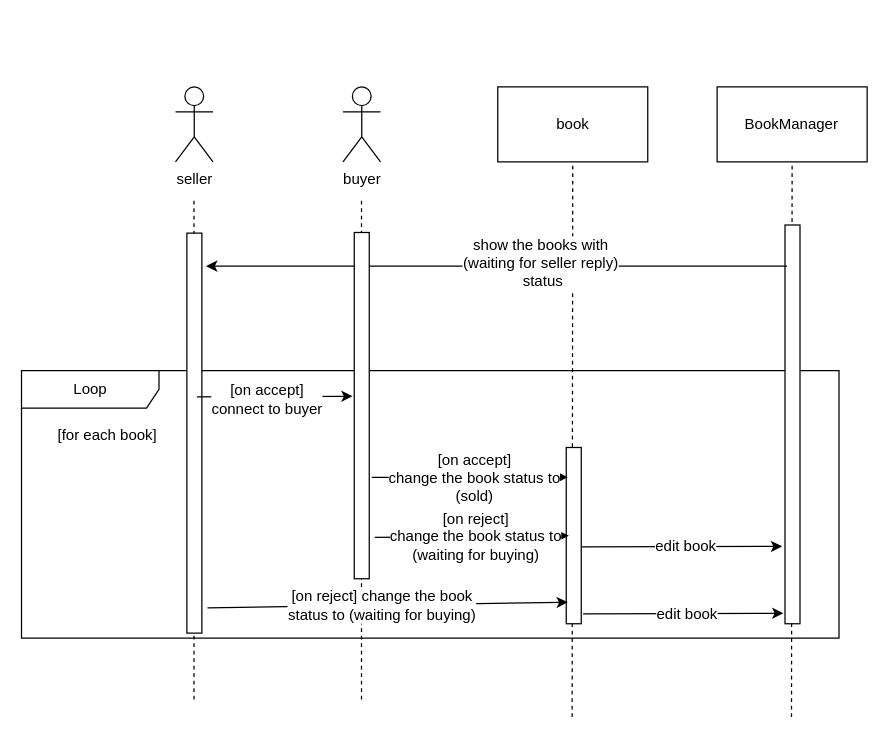
Earlier version of the draw.io diagram Communication Diagram/communication-diagram-complete-book-selling.drawio (m-bassiri/HamyarApp). Source tidied: cells renumbered, new cells numbered last; positions are measured from the earlier drawing's top-left corner, leaving out a move shared by most shapes. Both pictures are drawn from the tidied source at 125%, with x=0, y=0 at pixel (-6, 86).
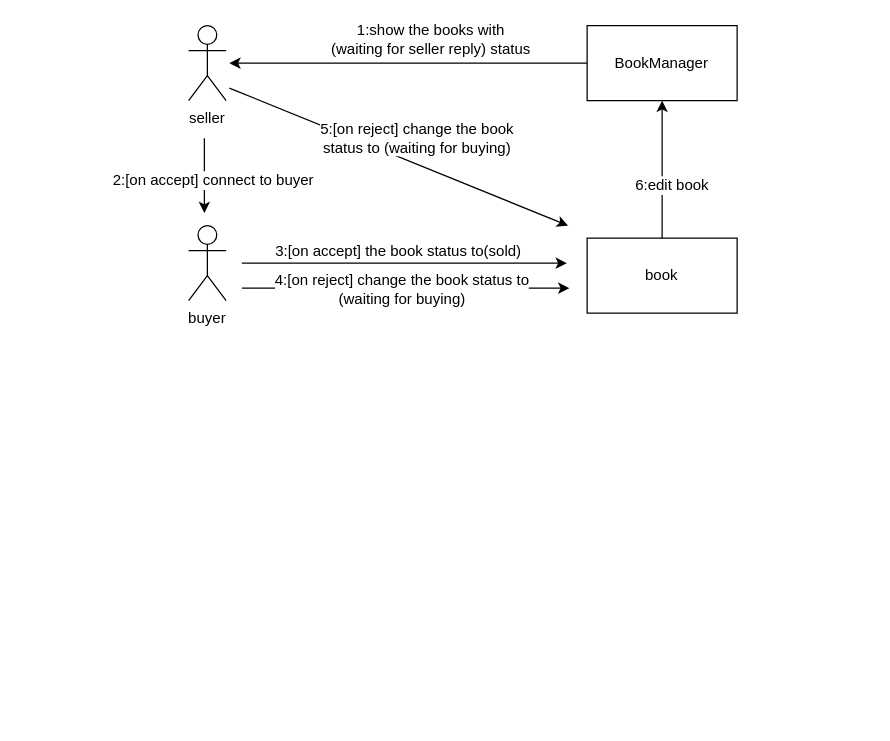
The same page after the edit.

The edit, as a diff of the source:
```diff
@@
-    <mxCell id="2" value="Loop" style="shape=umlFrame;whiteSpace=wrap;html=1;width=110;height=30;" parent="1" vertex="1">
-      <mxGeometry x="21.7" y="227" width="654" height="214" as="geometry" />
-    </mxCell>
     <mxCell id="3" value="seller" style="shape=umlActor;verticalLabelPosition=bottom;labelBackgroundColor=#ffffff;verticalAlign=top;html=1;" parent="1" vertex="1">
-      <mxGeometry x="144.9" width="30" height="60" as="geometry" />
+      <mxGeometry x="155.4" y="-49" width="30" height="60" as="geometry" />
     </mxCell>
-    <mxCell id="4" style="endArrow=none;dashed=1;html=1;" parent="1" edge="1">
-      <mxGeometry relative="1" as="geometry">
-        <mxPoint x="159.7" y="490" as="sourcePoint" />
-        <mxPoint x="159.7" y="90" as="targetPoint" />
-      </mxGeometry>
-    </mxCell>
     <mxCell id="5" value="book" style="rounded=0;whiteSpace=wrap;html=1;" parent="1" vertex="1">
-      <mxGeometry x="402.7" width="120" height="60" as="geometry" />
+      <mxGeometry x="474.2" y="121" width="120" height="60" as="geometry" />
     </mxCell>
-    <mxCell id="6" style="endArrow=none;dashed=1;html=1;entryX=0.5;entryY=1;entryDx=0;entryDy=0;" parent="1" edge="1" target="5">
-      <mxGeometry relative="1" as="geometry">
-        <mxPoint x="462.2" y="504.1" as="sourcePoint" />
-      </mxGeometry>
-    </mxCell>
-    <mxCell id="7" style="rounded=0;whiteSpace=wrap;html=1;rotation=-90;" parent="1" vertex="1">
-      <mxGeometry y="271" width="320" height="12" as="geometry" />
-    </mxCell>
-    <mxCell id="8" style="rounded=0;whiteSpace=wrap;html=1;rotation=-90;" parent="1" vertex="1">
-      <mxGeometry x="393" y="353" width="141" height="12" as="geometry" />
-    </mxCell>
     <mxCell id="9" value="BookManager" style="rounded=0;whiteSpace=wrap;html=1;" parent="1" vertex="1">
-      <mxGeometry x="578.2" width="120" height="60" as="geometry" />
+      <mxGeometry x="474.2" y="-49" width="120" height="60" as="geometry" />
     </mxCell>
-    <mxCell id="10" style="endArrow=none;dashed=1;html=1;entryX=0.5;entryY=1;entryDx=0;entryDy=0;" parent="1" edge="1" target="9">
-      <mxGeometry relative="1" as="geometry">
-        <mxPoint x="637.7" y="504.1" as="sourcePoint" />
-      </mxGeometry>
-    </mxCell>
-    <mxCell id="11" style="rounded=0;whiteSpace=wrap;html=1;rotation=-90;" parent="1" vertex="1">
-      <mxGeometry x="479" y="264" width="319" height="12" as="geometry" />
-    </mxCell>
-    <mxCell id="12" style="endArrow=classic;html=1;entryX=0.702;entryY=1.319;entryDx=0;entryDy=0;entryPerimeter=0;exitX=0.681;exitY=0.111;exitDx=0;exitDy=0;exitPerimeter=0;" parent="1" edge="1">
+    <mxCell id="12" style="endArrow=classic;html=1;exitX=0;exitY=0.5;exitDx=0;exitDy=0;" parent="1" edge="1" source="9">
       <mxGeometry relative="1" as="geometry">
-        <mxPoint x="634.1" y="143.4" as="sourcePoint" />
-        <mxPoint x="169.4" y="143.4" as="targetPoint" />
+        <mxPoint x="188" y="-19" as="targetPoint" />
       </mxGeometry>
     </mxCell>
-    <mxCell id="13" value="show the books with&lt;br&gt;(waiting for seller reply)&lt;br&gt;&amp;nbsp;status&lt;br&gt;" style="text;html=1;align=center;verticalAlign=middle;labelBackgroundColor=#ffffff;" parent="12" vertex="1">
+    <mxCell id="13" value="1:show the books with &lt;br&gt;(waiting for seller reply) status&lt;br&gt;" style="text;html=1;align=center;verticalAlign=middle;labelBackgroundColor=#ffffff;" parent="12" vertex="1">
       <mxGeometry x="-0.12" y="5" relative="1" as="geometry">
-        <mxPoint x="6" y="-8" as="offset" />
+        <mxPoint x="0.5" y="-24.5" as="offset" />
       </mxGeometry>
     </mxCell>
-    <mxCell id="14" style="endArrow=classic;html=1;entryX=0.527;entryY=-0.113;entryDx=0;entryDy=0;entryPerimeter=0;" parent="1" edge="1" target="23">
+    <mxCell id="14" style="endArrow=classic;html=1;" parent="1" edge="1">
       <mxGeometry relative="1" as="geometry">
-        <mxPoint x="162" y="248" as="sourcePoint" />
+        <mxPoint x="168" y="41" as="sourcePoint" />
+        <mxPoint x="168" y="101" as="targetPoint" />
       </mxGeometry>
     </mxCell>
-    <mxCell id="15" value="[on accept] &lt;br&gt;connect to buyer" style="text;html=1;align=center;verticalAlign=middle;labelBackgroundColor=#ffffff;" parent="14" vertex="1">
+    <mxCell id="15" value="2:[on accept] connect to buyer" style="text;html=1;align=center;verticalAlign=middle;labelBackgroundColor=#ffffff;" parent="14" vertex="1">
       <mxGeometry x="-0.12" y="5" relative="1" as="geometry">
         <mxPoint x="1" y="7" as="offset" />
       </mxGeometry>
     </mxCell>
-    <mxCell id="16" value="[for each book]" style="text;html=1;align=left;verticalAlign=top;spacingTop=-4;" parent="1" vertex="1">
-      <mxGeometry x="48.7" y="269" width="90" height="20" as="geometry" />
-    </mxCell>
-    <mxCell id="17" style="endArrow=classic;html=1;exitX=0.293;exitY=1.162;exitDx=0;exitDy=0;exitPerimeter=0;entryX=0.831;entryY=0.105;entryDx=0;entryDy=0;entryPerimeter=0;" parent="1" edge="1" source="23" target="8">
-      <mxGeometry relative="1" as="geometry" />
+    <mxCell id="17" style="endArrow=classic;html=1;" parent="1" edge="1">
+      <mxGeometry relative="1" as="geometry">
+        <mxPoint x="198" y="141" as="sourcePoint" />
+        <mxPoint x="458" y="141" as="targetPoint" />
+      </mxGeometry>
     </mxCell>
-    <mxCell id="18" value="[on accept]&lt;br&gt;change the book status to&lt;br&gt;(sold)&lt;br&gt;" style="text;html=1;align=center;verticalAlign=middle;labelBackgroundColor=#ffffff;" parent="17" vertex="1">
+    <mxCell id="18" value="3:[on accept] the book status to(sold)&lt;br&gt;" style="text;html=1;align=center;verticalAlign=middle;labelBackgroundColor=#ffffff;" parent="17" vertex="1">
       <mxGeometry x="-0.12" y="5" relative="1" as="geometry">
-        <mxPoint x="12.5" y="5" as="offset" />
+        <mxPoint x="10.5" y="-5" as="offset" />
       </mxGeometry>
     </mxCell>
-    <mxCell id="19" style="endArrow=classic;html=1;entryX=0.216;entryY=-0.377;entryDx=0;entryDy=0;entryPerimeter=0;" parent="1" edge="1">
-      <mxGeometry relative="1" as="geometry">
-        <mxPoint x="470" y="368" as="sourcePoint" />
-        <mxPoint x="630.2" y="367.6" as="targetPoint" />
-      </mxGeometry>
+    <mxCell id="19" style="endArrow=classic;html=1;entryX=0.5;entryY=1;entryDx=0;entryDy=0;exitX=0.5;exitY=0;exitDx=0;exitDy=0;" parent="1" edge="1" source="5" target="9">
+      <mxGeometry relative="1" as="geometry" />
     </mxCell>
-    <mxCell id="20" value="edit book&lt;br&gt;" style="text;html=1;align=center;verticalAlign=middle;labelBackgroundColor=#ffffff;" parent="19" vertex="1">
+    <mxCell id="20" value="6:edit book&lt;br&gt;" style="text;html=1;align=center;verticalAlign=middle;labelBackgroundColor=#ffffff;" parent="19" vertex="1">
       <mxGeometry x="-0.12" y="5" relative="1" as="geometry">
         <mxPoint x="12.5" y="5" as="offset" />
       </mxGeometry>
     </mxCell>
     <mxCell id="21" value="buyer" style="shape=umlActor;verticalLabelPosition=bottom;labelBackgroundColor=#ffffff;verticalAlign=top;html=1;" parent="1" vertex="1">
-      <mxGeometry x="278.9" width="30" height="60" as="geometry" />
+      <mxGeometry x="155.4" y="111" width="30" height="60" as="geometry" />
     </mxCell>
-    <mxCell id="22" style="endArrow=none;dashed=1;html=1;" parent="1" edge="1">
-      <mxGeometry relative="1" as="geometry">
-        <mxPoint x="293.7" y="490" as="sourcePoint" />
-        <mxPoint x="293.7" y="90" as="targetPoint" />
-      </mxGeometry>
-    </mxCell>
-    <mxCell id="23" style="rounded=0;whiteSpace=wrap;html=1;rotation=-90;" parent="1" vertex="1">
-      <mxGeometry x="155.4" y="249" width="277" height="12" as="geometry" />
-    </mxCell>
-    <mxCell id="24" style="endArrow=classic;html=1;entryX=0.75;entryY=0;entryDx=0;entryDy=0;exitX=0.293;exitY=1.162;exitDx=0;exitDy=0;exitPerimeter=0;" parent="1" edge="1">
+    <mxCell id="24" style="endArrow=classic;html=1;" parent="1" edge="1">
       <mxGeometry relative="1" as="geometry">
-        <mxPoint x="304.3" y="360.3" as="sourcePoint" />
-        <mxPoint x="459.6" y="359.1" as="targetPoint" />
+        <mxPoint x="198" y="161" as="sourcePoint" />
+        <mxPoint x="460" y="161" as="targetPoint" />
       </mxGeometry>
     </mxCell>
-    <mxCell id="25" value="[on reject]&lt;br&gt;change the book status to&lt;br&gt;(waiting for buying)&lt;br&gt;" style="text;html=1;align=center;verticalAlign=middle;labelBackgroundColor=#ffffff;" parent="24" vertex="1">
+    <mxCell id="25" value="4:[on reject] change the book status to&lt;br&gt;(waiting for buying)&lt;br&gt;" style="text;html=1;align=center;verticalAlign=middle;labelBackgroundColor=#ffffff;" parent="24" vertex="1">
       <mxGeometry x="-0.12" y="5" relative="1" as="geometry">
         <mxPoint x="12.5" y="5" as="offset" />
       </mxGeometry>
     </mxCell>
-    <mxCell id="26" style="endArrow=classic;html=1;entryX=0.122;entryY=0.105;entryDx=0;entryDy=0;exitX=0.063;exitY=1.377;exitDx=0;exitDy=0;exitPerimeter=0;entryPerimeter=0;" parent="1" edge="1" source="7" target="8">
-      <mxGeometry relative="1" as="geometry" />
+    <mxCell id="26" style="endArrow=classic;html=1;" parent="1" edge="1">
+      <mxGeometry relative="1" as="geometry">
+        <mxPoint x="188" y="1" as="sourcePoint" />
+        <mxPoint x="459" y="111" as="targetPoint" />
+      </mxGeometry>
     </mxCell>
-    <mxCell id="27" value="[on reject] change the book &lt;br&gt;status to (waiting for buying)&lt;br&gt;" style="text;html=1;align=center;verticalAlign=middle;labelBackgroundColor=#ffffff;" parent="26" vertex="1">
+    <mxCell id="27" value="5:[on reject] change the book &lt;br&gt;status to (waiting for buying)&lt;br&gt;" style="text;html=1;align=center;verticalAlign=middle;labelBackgroundColor=#ffffff;" parent="26" vertex="1">
       <mxGeometry x="-0.12" y="5" relative="1" as="geometry">
-        <mxPoint x="12.5" y="5" as="offset" />
+        <mxPoint x="28" y="-4" as="offset" />
       </mxGeometry>
     </mxCell>
-    <mxCell id="28" style="endArrow=classic;html=1;entryX=0.216;entryY=-0.377;entryDx=0;entryDy=0;entryPerimeter=0;" parent="1" edge="1">
-      <mxGeometry relative="1" as="geometry">
-        <mxPoint x="471" y="421.5" as="sourcePoint" />
-        <mxPoint x="631.2" y="421.1" as="targetPoint" />
-      </mxGeometry>
-    </mxCell>
-    <mxCell id="29" value="edit book&lt;br&gt;" style="text;html=1;align=center;verticalAlign=middle;labelBackgroundColor=#ffffff;" parent="28" vertex="1">
-      <mxGeometry x="-0.12" y="5" relative="1" as="geometry">
-        <mxPoint x="12.5" y="5" as="offset" />
-      </mxGeometry>
-    </mxCell>
```
